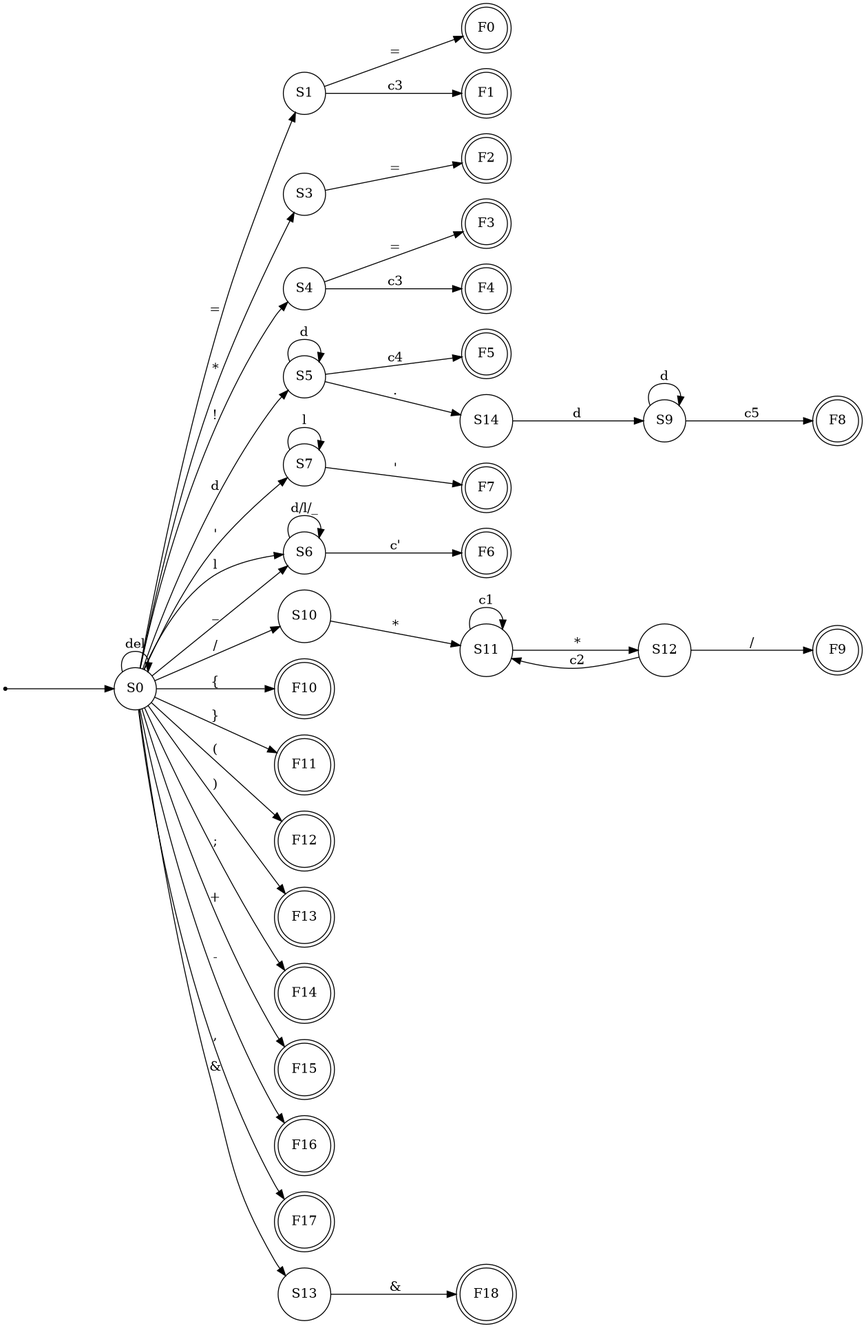
strozz1/myjs-compiler keeps this Graphviz diagram as dfa.png. Above is the earlier version. Its source is kept beside it as dfa.dot.
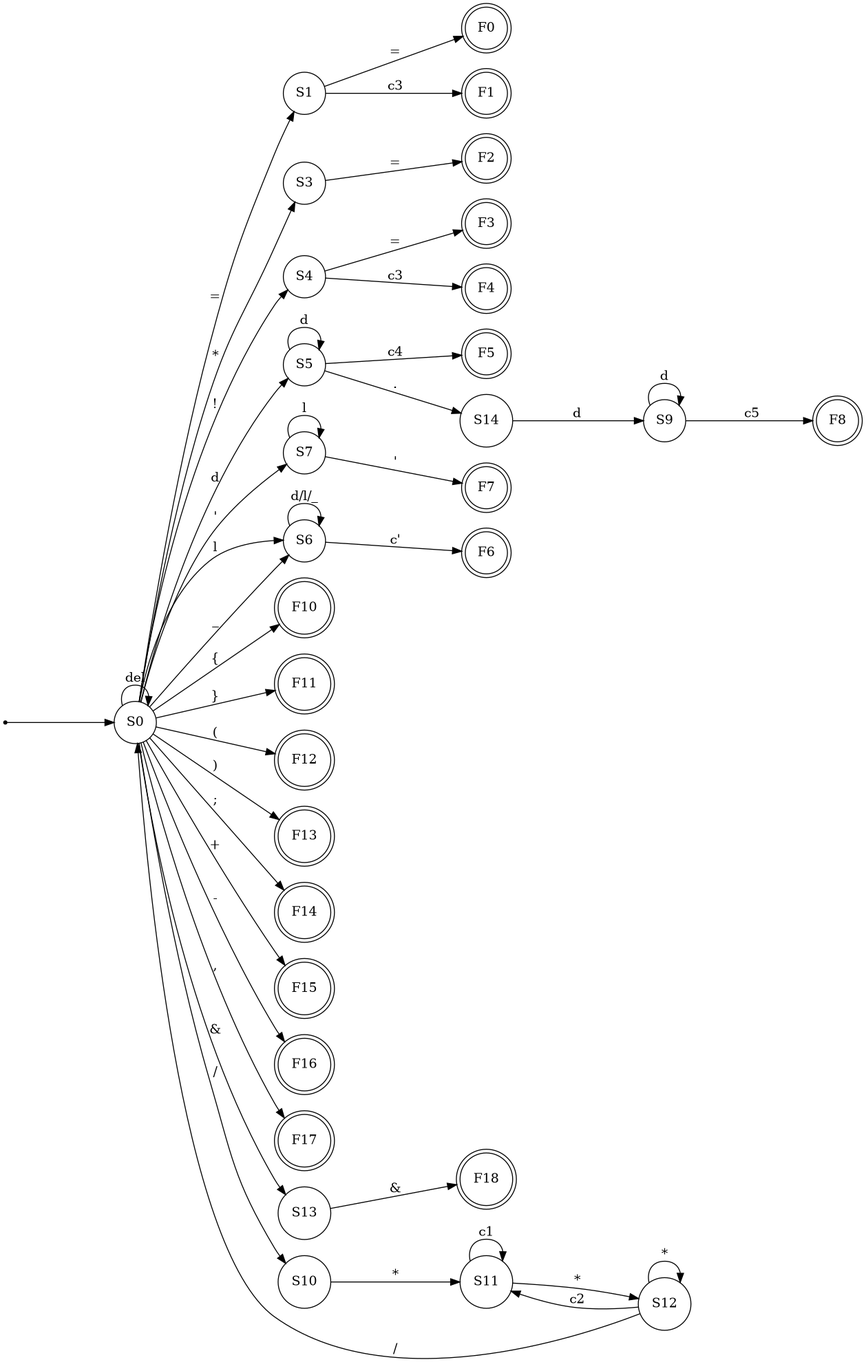
The same file after the commit.

The edit, as a diff of the source:
```diff
@@ -33,12 +33,6 @@
     S6 -> S6 [label="d/l/_"];
     S6 -> F6 [label="c'"];
 
-    S0 -> S10 [label="/"];
-    S10 -> S11 [label="*"];
-    S11 -> S11 [label="c1"];
-    S11 -> S12 [label="*"];
-    S12 -> S11 [label="c2"];
-    S12 -> F9 [label="/"];
 
     S0 -> F10 [label="{"];
     S0 -> F11 [label="}"];
@@ -52,6 +46,13 @@
 
     S0 -> S13 [label="&"];
     S13 -> F18 [label="&"];
+    S0 -> S10 [label="/"];
+    S10 -> S11 [label="*"];
+    S11 -> S11 [label="c1"];
+    S11 -> S12 [label="*"];
+    S12 -> S12 [label="*"];
+    S12 -> S11 [label="c2"];
+    S12 -> S0 [label="/"];
 
     S0 [shape=circle];
     S1 [shape=circle];
@@ -77,7 +78,6 @@
     F6 [shape=doublecircle];
     F7 [shape=doublecircle];
     F8 [shape=doublecircle];
-    F9 [shape=doublecircle];
     F10 [shape=doublecircle];
     F11 [shape=doublecircle];
     F12 [shape=doublecircle];
```
